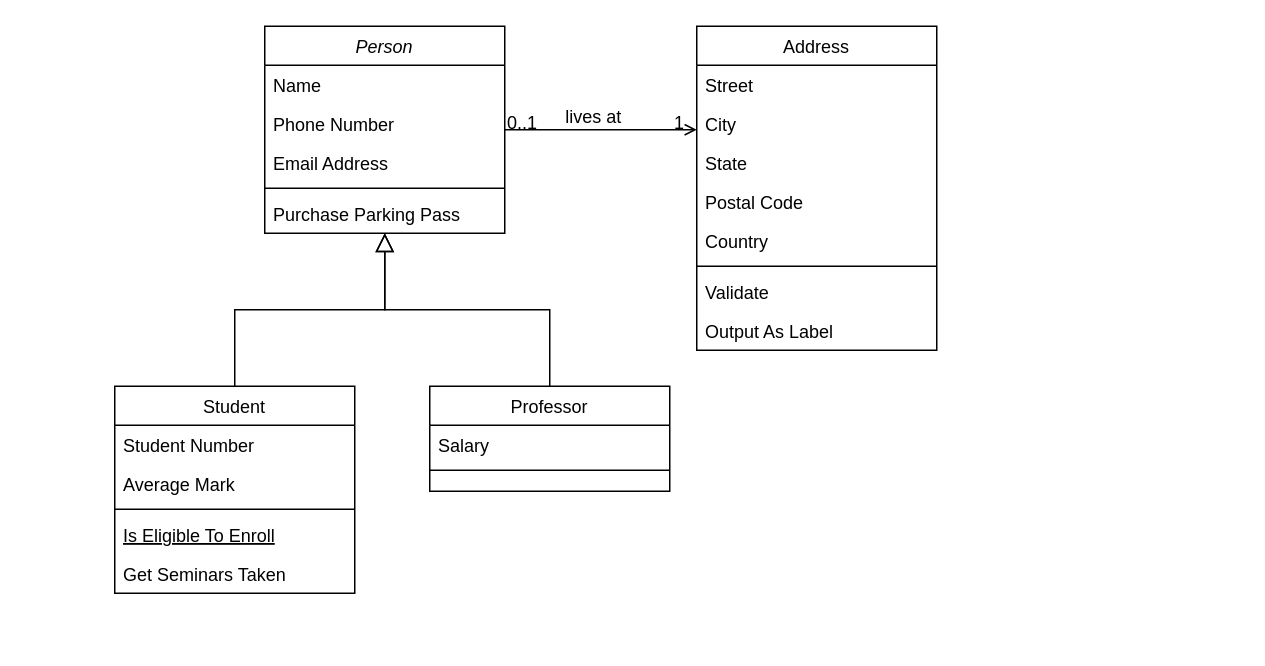
The draw.io diagram UML Diagrams/C.drawio in jordanchoi/sc2002_hdb_fcsd_group2, before the edit. Source tidied: cells renumbered, new cells numbered last; positions are measured from the earlier drawing's top-left corner, leaving out a move shared by most shapes. Both pictures are drawn from the tidied source at 150%, with x=0, y=0 at pixel (114, 26).
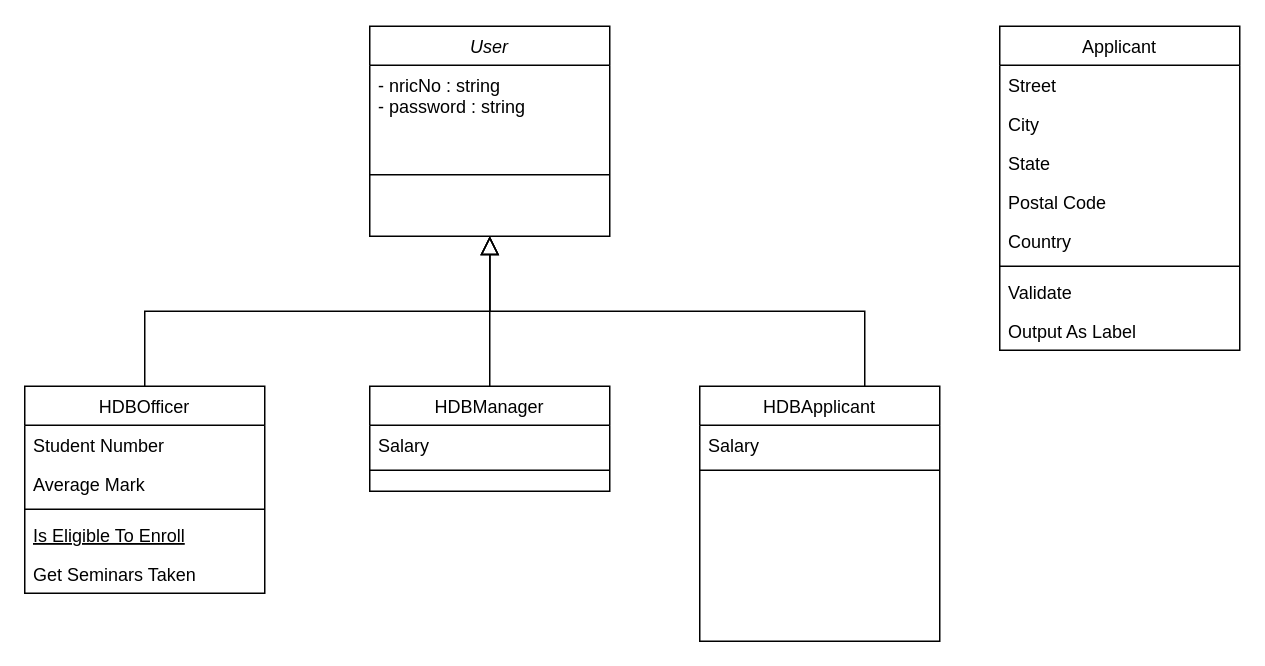
The same page after the edit.

Diff of the diagram source:
```diff
@@
-    <mxCell id="2" value="Person" style="swimlane;fontStyle=2;align=center;verticalAlign=top;horizontal=1;startSize=26;rounded=0;shadow=0;strokeWidth=1;" parent="1" vertex="1">
-      <mxGeometry x="100" width="160" height="138" as="geometry" />
+    <mxCell id="2" value="User" style="swimlane;fontStyle=2;align=center;verticalAlign=top;horizontal=1;startSize=26;rounded=0;shadow=0;strokeWidth=1;" parent="1" vertex="1">
+      <mxGeometry x="170" width="160" height="140" as="geometry" />
     </mxCell>
-    <mxCell id="3" value="Name" style="text;align=left;verticalAlign=top;spacingLeft=4;spacingRight=4;overflow=hidden;" parent="2" vertex="1">
-      <mxGeometry y="26" width="160" height="26" as="geometry" />
+    <mxCell id="3" value="- nricNo : string&#10;- password : string&#10;&#10;" style="text;align=left;verticalAlign=top;spacingLeft=4;spacingRight=4;overflow=hidden;" parent="2" vertex="1">
+      <mxGeometry y="26" width="160" height="44" as="geometry" />
     </mxCell>
-    <mxCell id="4" value="Phone Number" style="text;align=left;verticalAlign=top;spacingLeft=4;spacingRight=4;overflow=hidden;rounded=0;shadow=0;html=0;" parent="2" vertex="1">
-      <mxGeometry y="52" width="160" height="26" as="geometry" />
-    </mxCell>
-    <mxCell id="5" value="Email Address" style="text;align=left;verticalAlign=top;spacingLeft=4;spacingRight=4;overflow=hidden;rounded=0;shadow=0;html=0;" parent="2" vertex="1">
-      <mxGeometry y="78" width="160" height="26" as="geometry" />
-    </mxCell>
     <mxCell id="6" style="line;html=1;strokeWidth=1;align=left;verticalAlign=middle;spacingTop=-1;spacingLeft=3;spacingRight=3;labelPosition=right;" parent="2" vertex="1">
-      <mxGeometry y="104" width="160" height="8" as="geometry" />
+      <mxGeometry y="70" width="160" height="58" as="geometry" />
     </mxCell>
-    <mxCell id="7" value="Purchase Parking Pass" style="text;align=left;verticalAlign=top;spacingLeft=4;spacingRight=4;overflow=hidden;" parent="2" vertex="1">
-      <mxGeometry y="112" width="160" height="26" as="geometry" />
-    </mxCell>
-    <mxCell id="8" value="Student" style="swimlane;fontStyle=0;align=center;verticalAlign=top;horizontal=1;startSize=26;rounded=0;shadow=0;strokeWidth=1;" parent="1" vertex="1">
-      <mxGeometry y="240" width="160" height="138" as="geometry" />
+    <mxCell id="8" value="HDBOfficer" style="swimlane;fontStyle=0;align=center;verticalAlign=top;horizontal=1;startSize=26;rounded=0;shadow=0;strokeWidth=1;" parent="1" vertex="1">
+      <mxGeometry x="-60" y="240" width="160" height="138" as="geometry" />
     </mxCell>
@@
-    <mxCell id="15" value="Professor" style="swimlane;fontStyle=0;align=center;verticalAlign=top;horizontal=1;startSize=26;rounded=0;shadow=0;strokeWidth=1;" parent="1" vertex="1">
-      <mxGeometry x="210" y="240" width="160" height="70" as="geometry" />
+    <mxCell id="15" value="HDBManager" style="swimlane;fontStyle=0;align=center;verticalAlign=top;horizontal=1;startSize=26;rounded=0;shadow=0;strokeWidth=1;" parent="1" vertex="1">
+      <mxGeometry x="170" y="240" width="160" height="70" as="geometry" />
     </mxCell>
@@
-    <mxCell id="19" value="Address" style="swimlane;fontStyle=0;align=center;verticalAlign=top;horizontal=1;startSize=26;rounded=0;shadow=0;strokeWidth=1;" parent="1" vertex="1">
-      <mxGeometry x="388" width="160" height="216" as="geometry" />
+    <mxCell id="19" value="Applicant&#10;" style="swimlane;fontStyle=0;align=center;verticalAlign=top;horizontal=1;startSize=26;rounded=0;shadow=0;strokeWidth=1;" parent="1" vertex="1">
+      <mxGeometry x="590" width="160" height="216" as="geometry" />
     </mxCell>
@@
-    <mxCell id="28" style="endArrow=open;shadow=0;strokeWidth=1;rounded=0;curved=0;endFill=1;edgeStyle=elbowEdgeStyle;elbow=vertical;" parent="1" edge="1" source="2" target="19">
-      <mxGeometry x="0.5" y="41" relative="1" as="geometry">
-        <mxPoint x="-40" y="32" as="offset" />
-      </mxGeometry>
-    </mxCell>
-    <mxCell id="29" value="0..1" style="align=left;verticalAlign=bottom;labelBackgroundColor=none;fontSize=12;" parent="28" vertex="1">
-      <mxGeometry x="-1" relative="1" as="geometry">
-        <mxPoint y="4" as="offset" />
-      </mxGeometry>
-    </mxCell>
-    <mxCell id="30" value="1" style="align=right;verticalAlign=bottom;labelBackgroundColor=none;fontSize=12;" parent="28" vertex="1">
-      <mxGeometry x="1" relative="1" as="geometry">
-        <mxPoint x="-7" y="4" as="offset" />
-      </mxGeometry>
-    </mxCell>
-    <mxCell id="31" value="lives at" style="text;html=1;align=center;verticalAlign=middle;labelBackgroundColor=none;rounded=0;shadow=0;strokeWidth=1;fontSize=12;" parent="28" vertex="1">
-      <mxGeometry x="0.5" y="49" relative="1" as="geometry">
-        <mxPoint x="-38" y="40" as="offset" />
-      </mxGeometry>
-    </mxCell>
+    <mxCell id="32" value="HDBApplicant" style="swimlane;fontStyle=0;align=center;verticalAlign=top;horizontal=1;startSize=26;rounded=0;shadow=0;strokeWidth=1;" parent="1" vertex="1">
+      <mxGeometry x="390" y="240" width="160" height="170" as="geometry" />
+    </mxCell>
+    <mxCell id="33" value="Salary" style="text;align=left;verticalAlign=top;spacingLeft=4;spacingRight=4;overflow=hidden;" parent="32" vertex="1">
+      <mxGeometry y="26" width="160" height="26" as="geometry" />
+    </mxCell>
+    <mxCell id="34" style="line;html=1;strokeWidth=1;align=left;verticalAlign=middle;spacingTop=-1;spacingLeft=3;spacingRight=3;labelPosition=right;" parent="32" vertex="1">
+      <mxGeometry y="52" width="160" height="8" as="geometry" />
+    </mxCell>
+    <mxCell id="35" style="endArrow=block;endSize=10;endFill=0;shadow=0;strokeWidth=1;rounded=0;curved=0;edgeStyle=elbowEdgeStyle;elbow=vertical;entryX=0.5;entryY=1;entryDx=0;entryDy=0;" parent="1" edge="1" target="2">
+      <mxGeometry relative="1" as="geometry">
+        <mxPoint x="500" y="240" as="sourcePoint" />
+      </mxGeometry>
+    </mxCell>
```
